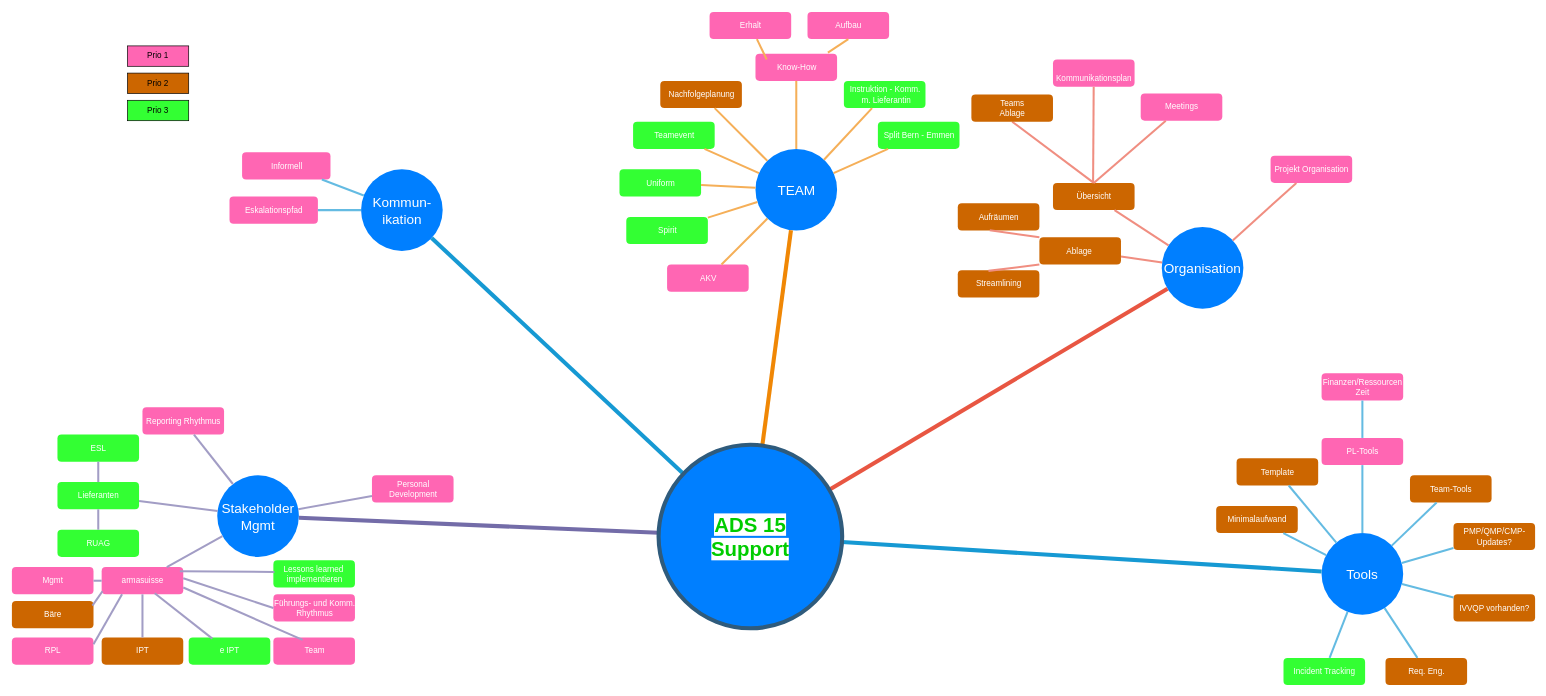
The draw.io diagram page "Page-1" (1 of 2) of ADS15 15.11.2024.drawio in ElBender/ProjektthemenDrawIO, before the edit. Source tidied: cells renumbered, new cells numbered last; positions are measured from the earlier drawing's top-left corner, leaving out a move shared by most shapes. Both pictures are drawn from the tidied source at 68%, with x=0, y=0 at pixel (12, 12).
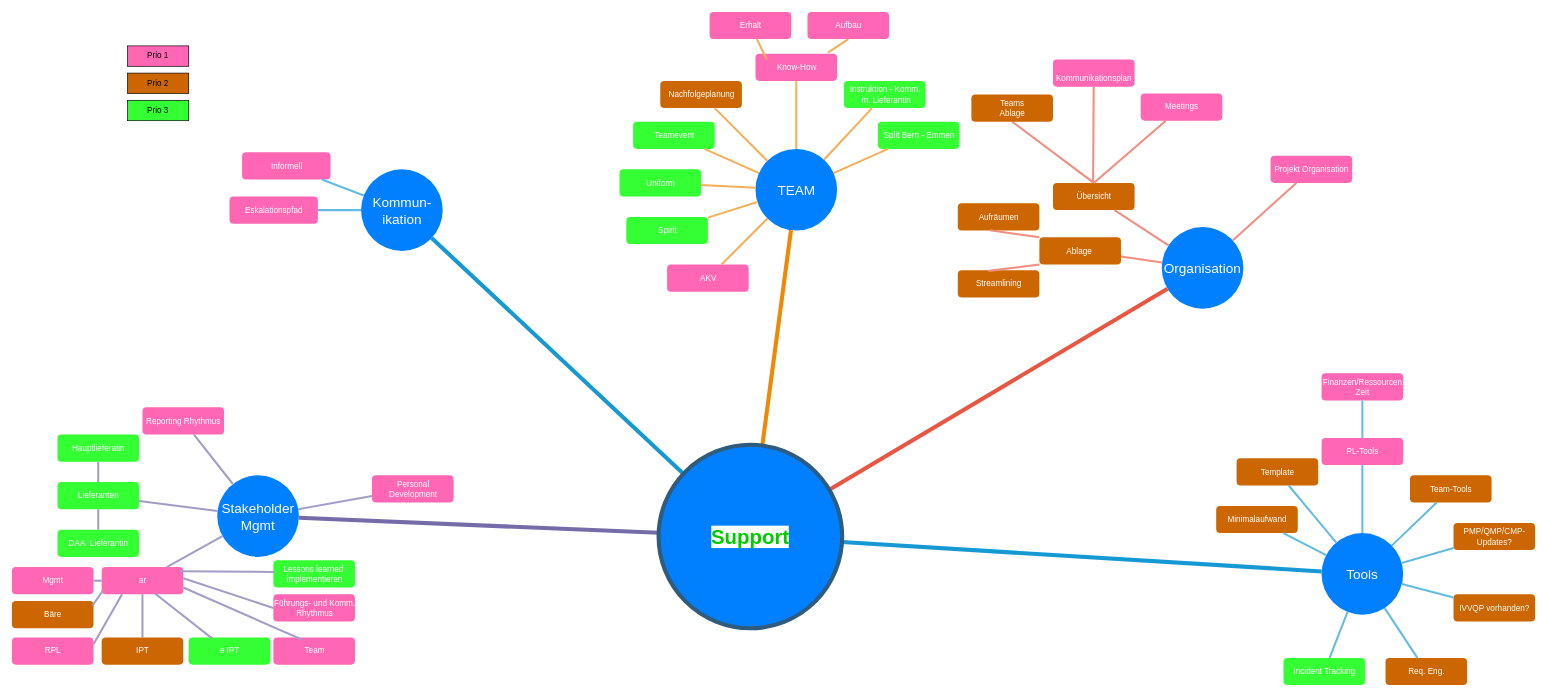
The same page after the edit.

Change to the diagram source:
```diff
@@
-    <mxCell id="63" value="&lt;font style=&quot;background-color: rgb(255, 255, 255);&quot; color=&quot;#00cc00&quot;&gt;&lt;font style=&quot;font-size: 30px;&quot;&gt;ADS 15&lt;br&gt;&lt;/font&gt;Support&lt;/font&gt;" style="ellipse;whiteSpace=wrap;html=1;shadow=0;fontFamily=Helvetica;fontSize=30;fontColor=#2F5B7C;align=center;strokeColor=#2F5B7C;strokeWidth=6;fillColor=#007FFF;fontStyle=1;gradientColor=none;" parent="1" vertex="1">
+    <mxCell id="63" value="&lt;font style=&quot;background-color: rgb(255, 255, 255);&quot; color=&quot;#00cc00&quot;&gt;Support&lt;/font&gt;" style="ellipse;whiteSpace=wrap;html=1;shadow=0;fontFamily=Helvetica;fontSize=30;fontColor=#2F5B7C;align=center;strokeColor=#2F5B7C;strokeWidth=6;fillColor=#007FFF;fontStyle=1;gradientColor=none;" parent="1" vertex="1">
       <mxGeometry x="951" y="636.5" width="270" height="270" as="geometry" />
     </mxCell>
@@
-    <mxCell id="67" value="ESL" style="rounded=1;fillColor=#33FF33;strokeColor=none;strokeWidth=3;shadow=0;html=1;fontColor=#FFFFFF;" parent="1" vertex="1">
+    <mxCell id="67" value="Hauptlieferatin" style="rounded=1;fillColor=#33FF33;strokeColor=none;strokeWidth=3;shadow=0;html=1;fontColor=#FFFFFF;" parent="1" vertex="1">
       <mxGeometry x="67" y="621.5" width="120" height="40" as="geometry" />
     </mxCell>
@@
-    <mxCell id="71" value="armasuisse" style="rounded=1;fillColor=#FF66B3;strokeColor=none;strokeWidth=3;shadow=0;html=1;fontColor=#FFFFFF;" parent="1" vertex="1">
+    <mxCell id="71" value="ar" style="rounded=1;fillColor=#FF66B3;strokeColor=none;strokeWidth=3;shadow=0;html=1;fontColor=#FFFFFF;" parent="1" vertex="1">
       <mxGeometry x="132" y="816.5" width="120" height="40" as="geometry" />
     </mxCell>
-    <mxCell id="72" value="RUAG" style="rounded=1;fillColor=#33FF33;strokeColor=none;strokeWidth=3;shadow=0;html=1;fontColor=#FFFFFF;" parent="1" vertex="1">
+    <mxCell id="72" value="DAA&amp;nbsp; Lieferantin" style="rounded=1;fillColor=#33FF33;strokeColor=none;strokeWidth=3;shadow=0;html=1;fontColor=#FFFFFF;" parent="1" vertex="1">
       <mxGeometry x="67" y="761.5" width="120" height="40" as="geometry" />
     </mxCell>
```
